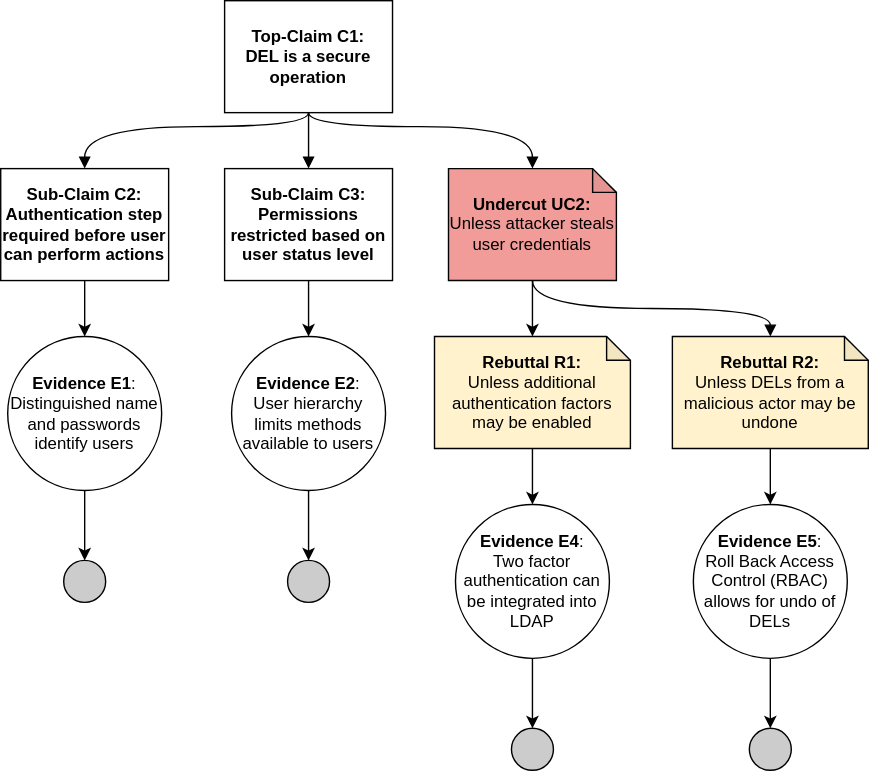
This is images/DEL assurance case.drawio.svg from bartelsjoshuac/SAPG, a draw.io export, as it was before one commit. Source tidied: cells renumbered, new cells last; positions are measured from the earlier drawing's top-left corner, leaving out a move shared by most shapes.
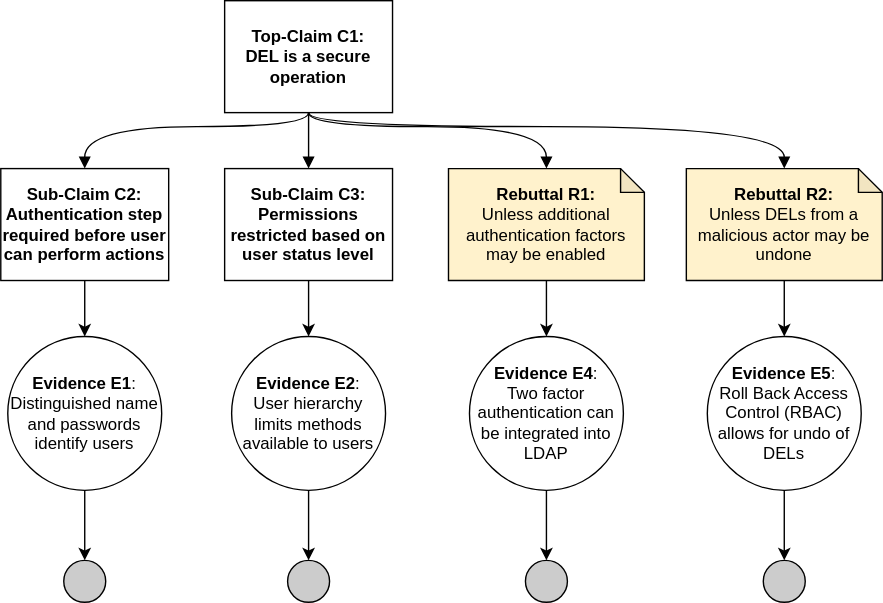
The same diagram one commit later.

What changed in the source:
```diff
@@ -14,11 +14,8 @@
       <mxGeometry x="160" width="120" height="80" as="geometry" />
     </mxCell>
     <mxCell id="4" value="&lt;b&gt;Rebuttal R1:&lt;/b&gt;&lt;br&gt;Unless additional authentication factors may be enabled" style="shape=note;whiteSpace=wrap;html=1;backgroundOutline=1;darkOpacity=0.05;size=17;fillColor=#FFF2CC;" parent="1" vertex="1">
-      <mxGeometry x="310" y="240" width="140" height="80" as="geometry" />
+      <mxGeometry x="320" y="120" width="140" height="80" as="geometry" />
     </mxCell>
-    <mxCell id="5" value="&lt;b&gt;Undercut UC2:&lt;/b&gt;&lt;br&gt;Unless attacker steals user credentials" style="shape=note;whiteSpace=wrap;html=1;backgroundOutline=1;darkOpacity=0.05;size=17;fillColor=#F19C99;" parent="1" vertex="1">
-      <mxGeometry x="320" y="120" width="120" height="80" as="geometry" />
-    </mxCell>
     <mxCell id="6" value="&lt;b&gt;Sub-Claim C2:&lt;br&gt;Authentication step required before user can perform actions&lt;br&gt;&lt;/b&gt;" style="rounded=0;whiteSpace=wrap;html=1;" parent="1" vertex="1">
       <mxGeometry y="120" width="120" height="80" as="geometry" />
     </mxCell>
@@ -38,7 +35,7 @@
       <mxGeometry relative="1" as="geometry" />
     </mxCell>
     <mxCell id="12" value="&lt;b&gt;Evidence E5&lt;/b&gt;:&lt;br&gt;Roll Back Access Control (RBAC) allows for undo of DELs" style="ellipse;whiteSpace=wrap;html=1;fillColor=#ffffff;rounded=0;" parent="1" vertex="1">
-      <mxGeometry x="495" y="360" width="110" height="110" as="geometry" />
+      <mxGeometry x="505" y="240" width="110" height="110" as="geometry" />
     </mxCell>
     <mxCell id="13" value="&lt;b&gt;Sub-Claim C3:&lt;br&gt;Permissions restricted based on user status level&lt;br&gt;&lt;/b&gt;" style="rounded=0;whiteSpace=wrap;html=1;" parent="1" vertex="1">
       <mxGeometry x="160" y="120" width="120" height="80" as="geometry" />
@@ -49,26 +46,20 @@
     <mxCell id="15" style="endArrow=classic;html=1;rounded=0;exitX=0.5;exitY=1;exitDx=0;exitDy=0;entryX=0.5;entryY=0;entryDx=0;entryDy=0;" parent="1" edge="1" source="13" target="14">
       <mxGeometry relative="1" as="geometry" />
     </mxCell>
-    <mxCell id="16" style="endArrow=classic;html=1;rounded=0;exitX=0.5;exitY=1;exitDx=0;exitDy=0;exitPerimeter=0;entryX=0.5;entryY=0;entryDx=0;entryDy=0;entryPerimeter=0;" parent="1" edge="1" source="5" target="4">
-      <mxGeometry relative="1" as="geometry" />
-    </mxCell>
     <mxCell id="17" style="endArrow=classic;html=1;rounded=0;exitX=0.5;exitY=1;exitDx=0;exitDy=0;exitPerimeter=0;entryX=0.5;entryY=0;entryDx=0;entryDy=0;" parent="1" edge="1" source="4">
       <mxGeometry relative="1" as="geometry">
-        <mxPoint x="380" y="360" as="targetPoint" />
+        <mxPoint x="390" y="240" as="targetPoint" />
       </mxGeometry>
     </mxCell>
     <mxCell id="18" value="&lt;b&gt;Evidence E4&lt;/b&gt;:&lt;br&gt;Two factor authentication can be integrated into LDAP" style="ellipse;whiteSpace=wrap;html=1;fillColor=#ffffff;rounded=0;" parent="1" vertex="1">
-      <mxGeometry x="325" y="360" width="110" height="110" as="geometry" />
+      <mxGeometry x="335" y="240" width="110" height="110" as="geometry" />
     </mxCell>
     <mxCell id="19" value="&lt;b&gt;Rebuttal R2:&lt;/b&gt;&lt;br&gt;Unless DELs from a malicious actor may be undone" style="shape=note;whiteSpace=wrap;html=1;backgroundOutline=1;darkOpacity=0.05;size=17;fillColor=#FFF2CC;" parent="1" vertex="1">
-      <mxGeometry x="480" y="240" width="140" height="80" as="geometry" />
+      <mxGeometry x="490" y="120" width="140" height="80" as="geometry" />
     </mxCell>
     <mxCell id="20" style="endArrow=classic;html=1;rounded=0;exitX=0.5;exitY=1;exitDx=0;exitDy=0;exitPerimeter=0;entryX=0.5;entryY=0;entryDx=0;entryDy=0;" parent="1" edge="1" source="19" target="12">
       <mxGeometry relative="1" as="geometry" />
     </mxCell>
-    <mxCell id="21" style="edgeStyle=orthogonalEdgeStyle;rounded=0;jettySize=auto;html=1;endArrow=block;endFill=1;curved=1;entryX=0.5;entryY=0;entryDx=0;entryDy=0;exitX=0.5;exitY=1;exitDx=0;exitDy=0;entryPerimeter=0;exitPerimeter=0;" parent="1" edge="1" source="5" target="19">
-      <mxGeometry relative="1" as="geometry" />
-    </mxCell>
     <mxCell id="22" style="ellipse;whiteSpace=wrap;html=1;fillColor=#CCCCCC;" parent="1" vertex="1">
       <mxGeometry x="205" y="400" width="30" height="30" as="geometry" />
     </mxCell>
@@ -78,30 +69,38 @@
       </mxGeometry>
     </mxCell>
     <mxCell id="24" style="ellipse;whiteSpace=wrap;html=1;fillColor=#CCCCCC;" parent="1" vertex="1">
-      <mxGeometry x="365" y="520" width="30" height="30" as="geometry" />
+      <mxGeometry x="375" y="400" width="30" height="30" as="geometry" />
     </mxCell>
     <mxCell id="25" style="endArrow=classic;html=1;rounded=0;entryX=0.5;entryY=0;entryDx=0;entryDy=0;exitX=0.5;exitY=1;exitDx=0;exitDy=0;" parent="1" edge="1" target="24">
       <mxGeometry relative="1" as="geometry">
-        <mxPoint x="380" y="470" as="sourcePoint" />
+        <mxPoint x="390" y="350" as="sourcePoint" />
       </mxGeometry>
     </mxCell>
     <mxCell id="26" style="ellipse;whiteSpace=wrap;html=1;fillColor=#CCCCCC;" parent="1" vertex="1">
-      <mxGeometry x="535" y="520" width="30" height="30" as="geometry" />
+      <mxGeometry x="545" y="400" width="30" height="30" as="geometry" />
     </mxCell>
     <mxCell id="27" style="endArrow=classic;html=1;rounded=0;entryX=0.5;entryY=0;entryDx=0;entryDy=0;exitX=0.5;exitY=1;exitDx=0;exitDy=0;" parent="1" edge="1" target="26">
       <mxGeometry relative="1" as="geometry">
-        <mxPoint x="550" y="470" as="sourcePoint" />
+        <mxPoint x="560" y="350" as="sourcePoint" />
       </mxGeometry>
     </mxCell>
-    <mxCell id="28" style="edgeStyle=orthogonalEdgeStyle;rounded=0;orthogonalLoop=1;jettySize=auto;html=1;endArrow=block;endFill=1;curved=1;entryX=0.5;entryY=0;entryDx=0;entryDy=0;exitX=0.5;exitY=1;exitDx=0;exitDy=0;entryPerimeter=0;" parent="1" edge="1">
+    <mxCell id="28" style="edgeStyle=orthogonalEdgeStyle;rounded=0;jettySize=auto;html=1;endArrow=block;endFill=1;curved=1;entryX=0.5;entryY=0;entryDx=0;entryDy=0;exitX=0.5;exitY=1;exitDx=0;exitDy=0;entryPerimeter=0;" parent="1" edge="1" target="4">
       <mxGeometry relative="1" as="geometry">
         <mxPoint x="220" y="80" as="sourcePoint" />
-        <mxPoint x="380" y="120" as="targetPoint" />
         <Array as="points">
           <mxPoint x="220" y="90" />
-          <mxPoint x="380" y="90" />
+          <mxPoint x="390" y="90" />
         </Array>
       </mxGeometry>
     </mxCell>
+    <mxCell id="29" style="edgeStyle=orthogonalEdgeStyle;rounded=0;jettySize=auto;html=1;endArrow=block;endFill=1;curved=1;entryX=0.5;entryY=0;entryDx=0;entryDy=0;exitX=0.5;exitY=1;exitDx=0;exitDy=0;entryPerimeter=0;" parent="1" edge="1" target="19">
+      <mxGeometry relative="1" as="geometry">
+        <mxPoint x="220" y="80" as="sourcePoint" />
+        <Array as="points">
+          <mxPoint x="220" y="90" />
+          <mxPoint x="560" y="90" />
+        </Array>
+      </mxGeometry>
+    </mxCell>
   </root>
 </mxGraphModel>
```
